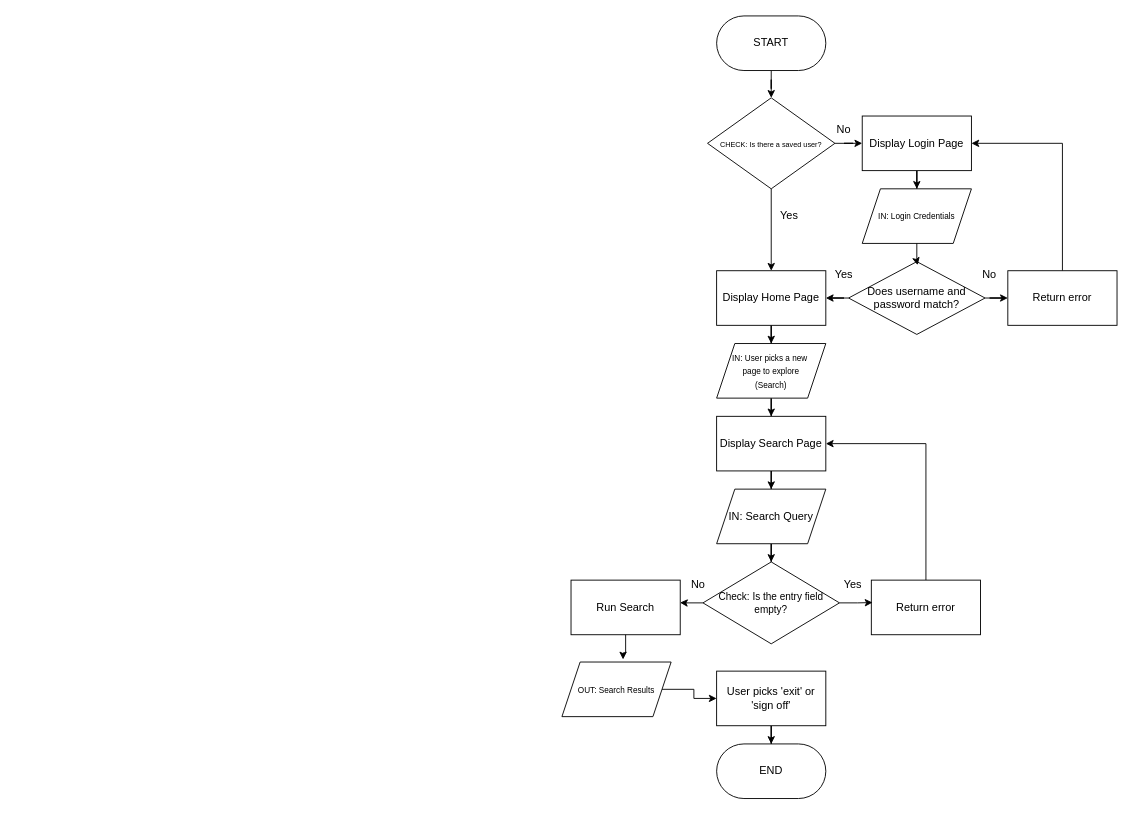
This is wargwan innit.drawio from willbkr/nea, a draw.io file, before an edit. Source tidied: cells renumbered, new cells numbered last; positions are measured from the earlier drawing's top-left corner, leaving out a move shared by most shapes. Both pictures are drawn from the tidied source at 91%, with x=0, y=0 at pixel (561, 15).
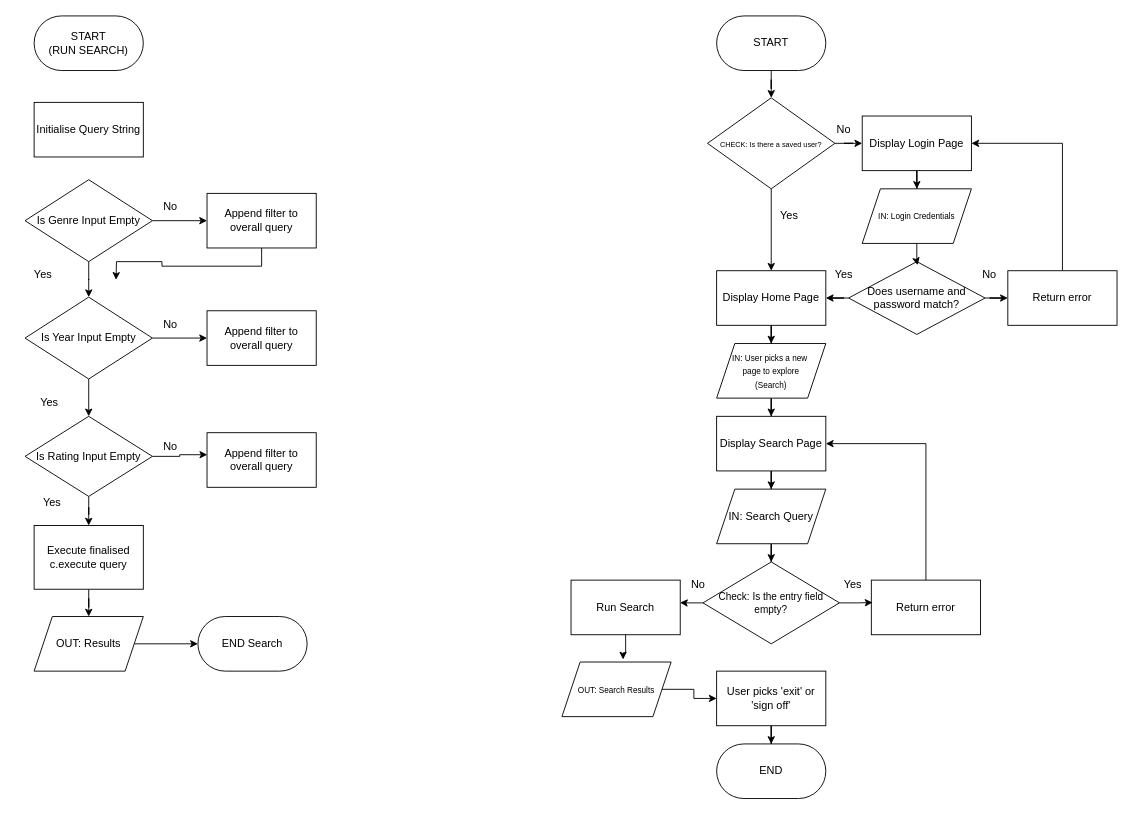
The same diagram, later.

What changed in the source:
```diff
@@
+    <mxCell id="42" value="START&lt;div&gt;(RUN SEARCH)&lt;/div&gt;" style="rounded=1;whiteSpace=wrap;html=1;arcSize=50;" parent="1" vertex="1">
+      <mxGeometry x="-580" width="120" height="60" as="geometry" />
+    </mxCell>
+    <mxCell id="43" value="Initialise Query String" style="rounded=0;whiteSpace=wrap;html=1;" parent="1" vertex="1">
+      <mxGeometry x="-580" y="95" width="120" height="60" as="geometry" />
+    </mxCell>
+    <mxCell id="44" style="edgeStyle=orthogonalEdgeStyle;rounded=0;jettySize=auto;html=1;entryX=0;entryY=0.5;entryDx=0;entryDy=0;" parent="1" edge="1" source="46" target="52">
+      <mxGeometry relative="1" as="geometry" />
+    </mxCell>
+    <mxCell id="45" style="edgeStyle=orthogonalEdgeStyle;rounded=0;jettySize=auto;html=1;entryX=0.5;entryY=0;entryDx=0;entryDy=0;" parent="1" edge="1" source="46" target="49">
+      <mxGeometry relative="1" as="geometry" />
+    </mxCell>
+    <mxCell id="46" value="Is Genre Input Empty" style="rhombus;whiteSpace=wrap;html=1;" parent="1" vertex="1">
+      <mxGeometry x="-590" y="180" width="140" height="90" as="geometry" />
+    </mxCell>
+    <mxCell id="47" style="edgeStyle=orthogonalEdgeStyle;rounded=0;jettySize=auto;html=1;entryX=0;entryY=0.5;entryDx=0;entryDy=0;" parent="1" edge="1" source="49" target="54">
+      <mxGeometry relative="1" as="geometry" />
+    </mxCell>
+    <mxCell id="48" style="edgeStyle=orthogonalEdgeStyle;rounded=0;jettySize=auto;html=1;entryX=0.5;entryY=0;entryDx=0;entryDy=0;" parent="1" edge="1" source="49" target="50">
+      <mxGeometry relative="1" as="geometry" />
+    </mxCell>
+    <mxCell id="49" value="Is Year Input Empty" style="rhombus;whiteSpace=wrap;html=1;" parent="1" vertex="1">
+      <mxGeometry x="-590" y="309" width="140" height="90" as="geometry" />
+    </mxCell>
+    <mxCell id="50" value="Is Rating Input Empty" style="rhombus;whiteSpace=wrap;html=1;" parent="1" vertex="1">
+      <mxGeometry x="-590" y="440" width="140" height="88" as="geometry" />
+    </mxCell>
+    <mxCell id="51" style="edgeStyle=orthogonalEdgeStyle;rounded=0;jettySize=auto;html=1;exitX=0.5;exitY=1;exitDx=0;exitDy=0;" parent="1" edge="1" source="52">
+      <mxGeometry relative="1" as="geometry">
+        <mxPoint x="-490" y="290" as="targetPoint" />
+      </mxGeometry>
+    </mxCell>
+    <mxCell id="52" value="Append filter to overall query" style="rounded=0;whiteSpace=wrap;html=1;" parent="1" vertex="1">
+      <mxGeometry x="-390" y="195" width="120" height="60" as="geometry" />
+    </mxCell>
+    <mxCell id="53" value="Append filter to overall query" style="rounded=0;whiteSpace=wrap;html=1;" parent="1" vertex="1">
+      <mxGeometry x="-390" y="458" width="120" height="60" as="geometry" />
+    </mxCell>
+    <mxCell id="54" value="Append filter to overall query" style="rounded=0;whiteSpace=wrap;html=1;" parent="1" vertex="1">
+      <mxGeometry x="-390" y="324" width="120" height="60" as="geometry" />
+    </mxCell>
+    <mxCell id="55" style="edgeStyle=orthogonalEdgeStyle;rounded=0;jettySize=auto;html=1;entryX=0.5;entryY=0;entryDx=0;entryDy=0;" parent="1" edge="1" source="56" target="58">
+      <mxGeometry relative="1" as="geometry" />
+    </mxCell>
+    <mxCell id="56" value="Execute finalised c.execute query" style="rounded=0;whiteSpace=wrap;html=1;" parent="1" vertex="1">
+      <mxGeometry x="-580" y="560" width="120" height="70" as="geometry" />
+    </mxCell>
+    <mxCell id="57" style="edgeStyle=orthogonalEdgeStyle;rounded=0;jettySize=auto;html=1;" parent="1" edge="1" source="58" target="59">
+      <mxGeometry relative="1" as="geometry" />
+    </mxCell>
+    <mxCell id="58" value="OUT: Results" style="shape=parallelogram;perimeter=parallelogramPerimeter;whiteSpace=wrap;html=1;fixedSize=1;" parent="1" vertex="1">
+      <mxGeometry x="-580" y="660" width="120" height="60" as="geometry" />
+    </mxCell>
+    <mxCell id="59" value="END Search" style="rounded=1;whiteSpace=wrap;html=1;arcSize=50;" parent="1" vertex="1">
+      <mxGeometry x="-400" y="660" width="120" height="60" as="geometry" />
+    </mxCell>
+    <mxCell id="60" style="edgeStyle=orthogonalEdgeStyle;rounded=0;jettySize=auto;html=1;entryX=0.002;entryY=0.403;entryDx=0;entryDy=0;entryPerimeter=0;" parent="1" edge="1" source="50" target="53">
+      <mxGeometry relative="1" as="geometry" />
+    </mxCell>
+    <mxCell id="61" value="No" style="text;html=1;whiteSpace=wrap;strokeColor=none;fillColor=none;align=center;verticalAlign=middle;rounded=0;" parent="1" vertex="1">
+      <mxGeometry x="-460" y="195" width="60" height="30" as="geometry" />
+    </mxCell>
+    <mxCell id="62" value="No" style="text;html=1;whiteSpace=wrap;strokeColor=none;fillColor=none;align=center;verticalAlign=middle;rounded=0;" parent="1" vertex="1">
+      <mxGeometry x="-460" y="319" width="60" height="40" as="geometry" />
+    </mxCell>
+    <mxCell id="63" value="No" style="text;html=1;whiteSpace=wrap;strokeColor=none;fillColor=none;align=center;verticalAlign=middle;rounded=0;" parent="1" vertex="1">
+      <mxGeometry x="-460" y="458" width="60" height="30" as="geometry" />
+    </mxCell>
+    <mxCell id="64" style="edgeStyle=orthogonalEdgeStyle;rounded=0;jettySize=auto;html=1;entryX=0.5;entryY=0;entryDx=0;entryDy=0;" parent="1" edge="1" source="50" target="56">
+      <mxGeometry relative="1" as="geometry" />
+    </mxCell>
+    <mxCell id="65" value="Yes" style="text;html=1;whiteSpace=wrap;strokeColor=none;fillColor=none;align=center;verticalAlign=middle;rounded=0;" parent="1" vertex="1">
+      <mxGeometry x="-600" y="270" width="60" height="30" as="geometry" />
+    </mxCell>
+    <mxCell id="66" value="Yes" style="text;html=1;whiteSpace=wrap;strokeColor=none;fillColor=none;align=center;verticalAlign=middle;rounded=0;" parent="1" vertex="1">
+      <mxGeometry x="-593" y="410" width="60" height="30" as="geometry" />
+    </mxCell>
+    <mxCell id="67" value="Yes" style="text;html=1;whiteSpace=wrap;strokeColor=none;fillColor=none;align=center;verticalAlign=middle;rounded=0;" parent="1" vertex="1">
+      <mxGeometry x="-590" y="520" width="60" height="30" as="geometry" />
+    </mxCell>
```
